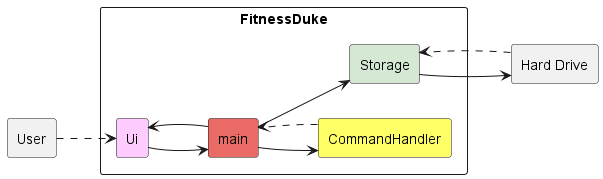
This is docs/UML/Images/architecture.png from nus-cs2113-AY2223S2/tp, a PlantUML export, as it was before one commit.
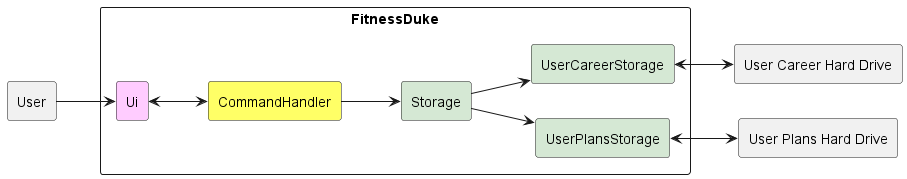
Above is the later version.

Commit message:
Updated architecture diagram

What changed in the source:
```diff
@@ -5,21 +5,23 @@
 skinparam componentStyle rectangle
 
 component User
-component "Hard Drive"
+component "User Career Hard Drive"
+component "User Plans Hard Drive"
 
 component FitnessDuke{
 component Ui UI_COLOUR
-component main MAIN_COLOUR
 component CommandHandler LOGIC_COLOUR
+component UserCareerStorage STORAGE_COLOUR
+component UserPlansStorage STORAGE_COLOUR
 component Storage STORAGE_COLOUR
+}
 
-}
-[User]..>[Ui]
-[Ui]-->[main]
-[main]-->[Storage]
-[Hard Drive]..>[Storage]
-[main]-->[CommandHandler]
-[main]-->[Ui]
-[CommandHandler]..>[main]
-[Storage]-->[Hard Drive]
+[User] --> [Ui]
+[Ui] <--> [CommandHandler]
+[CommandHandler] --> [Storage]
+[Storage] --> [UserPlansStorage]
+[Storage] --> [UserCareerStorage]
+[UserCareerStorage] <--> [User Career Hard Drive]
+[UserPlansStorage] <--> [User Plans Hard Drive]
+
 @enduml
```
